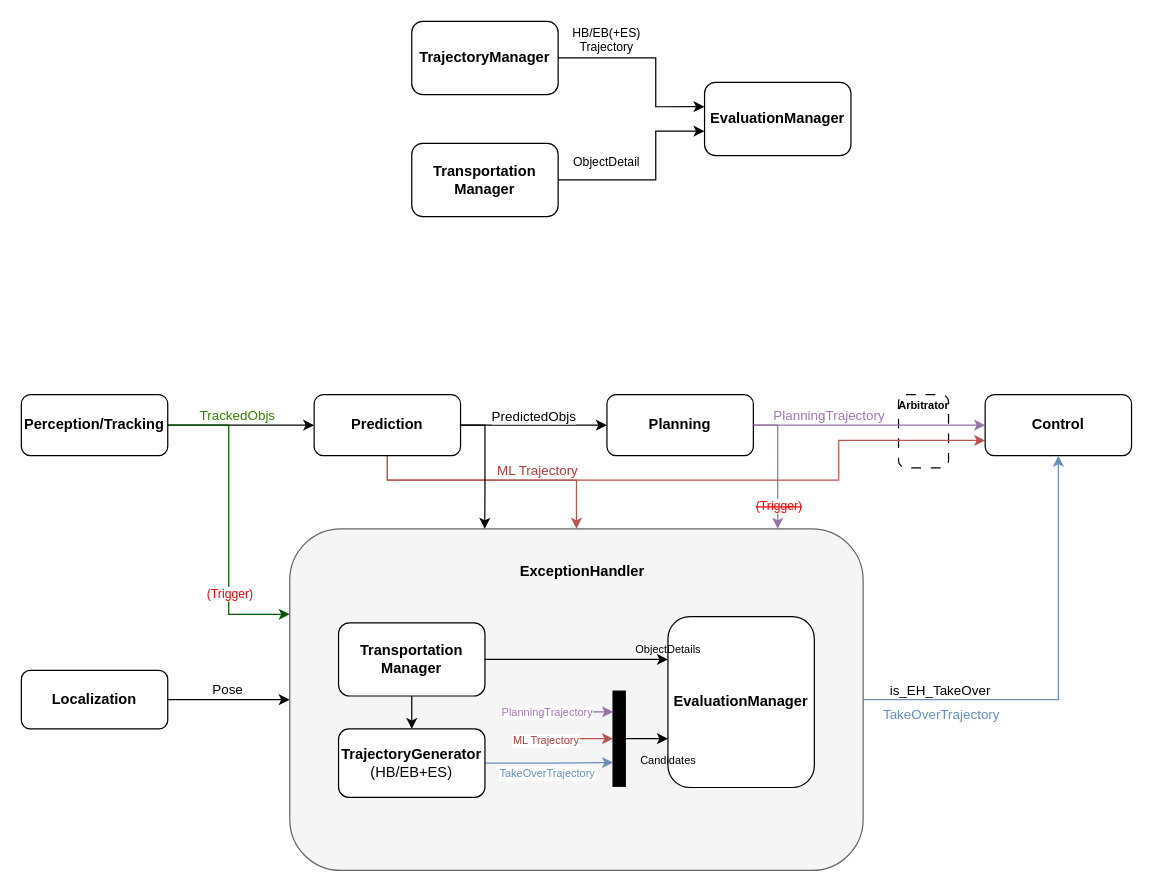
Earlier version of the draw.io diagram Files/Untitled Diagram.drawio (zhangjoey115/Diagrams). Source tidied: cells renumbered, new cells numbered last; positions are measured from the earlier drawing's top-left corner, leaving out a move shared by most shapes. Both pictures are drawn from the tidied source at 122%, with x=0, y=0 at pixel (21, 21).
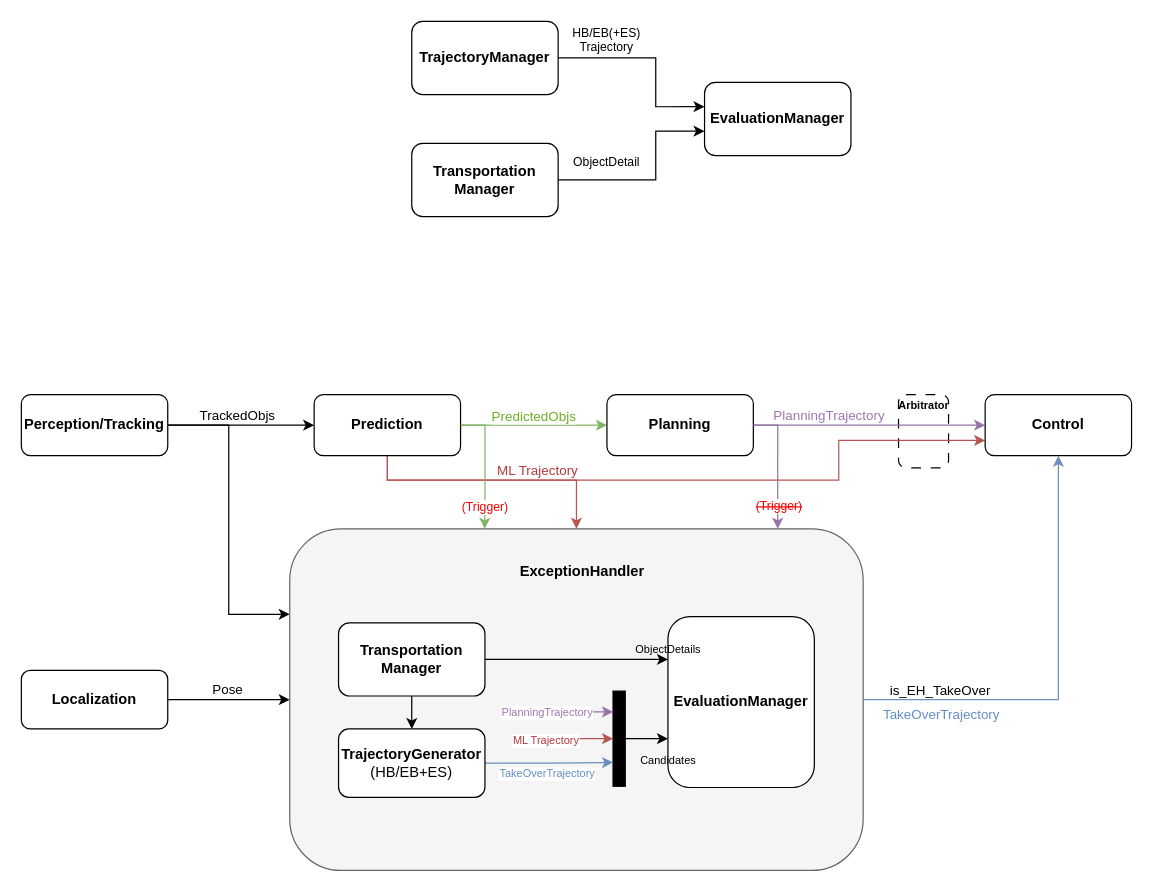
The same page after the edit.

The change refers to these unchanged cells:
```xml
<mxCell id="2" style="edgeStyle=orthogonalEdgeStyle;rounded=0;jettySize=auto;html=1;exitX=1;exitY=0.5;exitDx=0;exitDy=0;entryX=0;entryY=0.5;entryDx=0;entryDy=0;" parent="1" edge="1" source="6" target="12">
  <mxGeometry relative="1" as="geometry" />
</mxCell>
<mxCell id="6" value="Perception/Tracking" style="rounded=1;whiteSpace=wrap;html=1;fontStyle=1;" parent="1" vertex="1">
  <mxGeometry y="306" width="120" height="50" as="geometry" />
</mxCell>
<mxCell id="12" value="Prediction" style="rounded=1;whiteSpace=wrap;html=1;fontStyle=1;" parent="1" vertex="1">
  <mxGeometry x="240" y="306" width="120" height="50" as="geometry" />
</mxCell>
<mxCell id="15" value="Planning" style="rounded=1;whiteSpace=wrap;html=1;fontStyle=1;" parent="1" vertex="1">
  <mxGeometry x="480" y="306" width="120" height="50" as="geometry" />
</mxCell>
<mxCell id="27" style="rounded=1;whiteSpace=wrap;html=1;fontStyle=1;fillColor=#f5f5f5;fontColor=#333333;strokeColor=#666666;" parent="26" vertex="1">
  <mxGeometry width="470" height="280" as="geometry" />
</mxCell>
```

Change to the diagram source:
```diff
@@
-    <mxCell id="3" value="TrackedObjs" style="edgeLabel;html=1;align=center;verticalAlign=middle;fontColor=#368103;" parent="2" vertex="1">
+    <mxCell id="3" value="TrackedObjs" style="edgeLabel;html=1;align=center;verticalAlign=middle;fontColor=default;" parent="2" vertex="1">
       <mxGeometry x="0.07" y="1" relative="1" as="geometry">
         <mxPoint x="-8" y="-8" as="offset" />
       </mxGeometry>
     </mxCell>
@@
-    <mxCell id="5" style="edgeStyle=orthogonalEdgeStyle;rounded=0;jettySize=auto;html=1;exitX=1;exitY=0.5;exitDx=0;exitDy=0;entryX=0;entryY=0.25;entryDx=0;entryDy=0;fillColor=#008a00;strokeColor=#005700;" parent="1" edge="1" source="6" target="27">
+    <mxCell id="5" style="edgeStyle=orthogonalEdgeStyle;rounded=0;jettySize=auto;html=1;exitX=1;exitY=0.5;exitDx=0;exitDy=0;entryX=0;entryY=0.25;entryDx=0;entryDy=0;" parent="1" edge="1" source="6" target="27">
       <mxGeometry relative="1" as="geometry" />
     </mxCell>
@@
-    <mxCell id="7" style="edgeStyle=orthogonalEdgeStyle;rounded=0;jettySize=auto;html=1;exitX=1;exitY=0.5;exitDx=0;exitDy=0;entryX=0;entryY=0.5;entryDx=0;entryDy=0;" parent="1" edge="1" source="12" target="15">
+    <mxCell id="7" style="edgeStyle=orthogonalEdgeStyle;rounded=0;jettySize=auto;html=1;exitX=1;exitY=0.5;exitDx=0;exitDy=0;entryX=0;entryY=0.5;entryDx=0;entryDy=0;fillColor=#d5e8d4;strokeColor=#82b366;" parent="1" edge="1" source="12" target="15">
       <mxGeometry relative="1" as="geometry" />
     </mxCell>
-    <mxCell id="8" value="PredictedObjs" style="edgeLabel;html=1;align=center;verticalAlign=middle;" parent="7" vertex="1">
+    <mxCell id="8" value="PredictedObjs" style="edgeLabel;html=1;align=center;verticalAlign=middle;fontColor=#6bb027;" parent="7" vertex="1">
       <mxGeometry x="-0.2" y="-1" relative="1" as="geometry">
         <mxPoint x="11" y="-9" as="offset" />
       </mxGeometry>
     </mxCell>
@@
-    <mxCell id="44" style="edgeStyle=orthogonalEdgeStyle;rounded=0;jettySize=auto;html=1;exitX=1;exitY=0.5;exitDx=0;exitDy=0;entryX=0.34;entryY=0;entryDx=0;entryDy=0;entryPerimeter=0;" parent="1" edge="1" source="12" target="27">
+    <mxCell id="44" style="edgeStyle=orthogonalEdgeStyle;rounded=0;jettySize=auto;html=1;exitX=1;exitY=0.5;exitDx=0;exitDy=0;entryX=0.34;entryY=0;entryDx=0;entryDy=0;entryPerimeter=0;fillColor=#d5e8d4;strokeColor=#82b366;" parent="1" edge="1" source="12" target="27">
       <mxGeometry relative="1" as="geometry" />
     </mxCell>
@@
     <mxCell id="48" value="(Trigger)" style="edgeLabel;html=1;align=center;verticalAlign=middle;fontColor=#f90101;fontSize=10;" parent="1" vertex="1">
-      <mxGeometry x="167" y="467" as="geometry">
+      <mxGeometry x="376" y="396" as="geometry">
         <mxPoint x="3" y="1" as="offset" />
       </mxGeometry>
     </mxCell>
```
